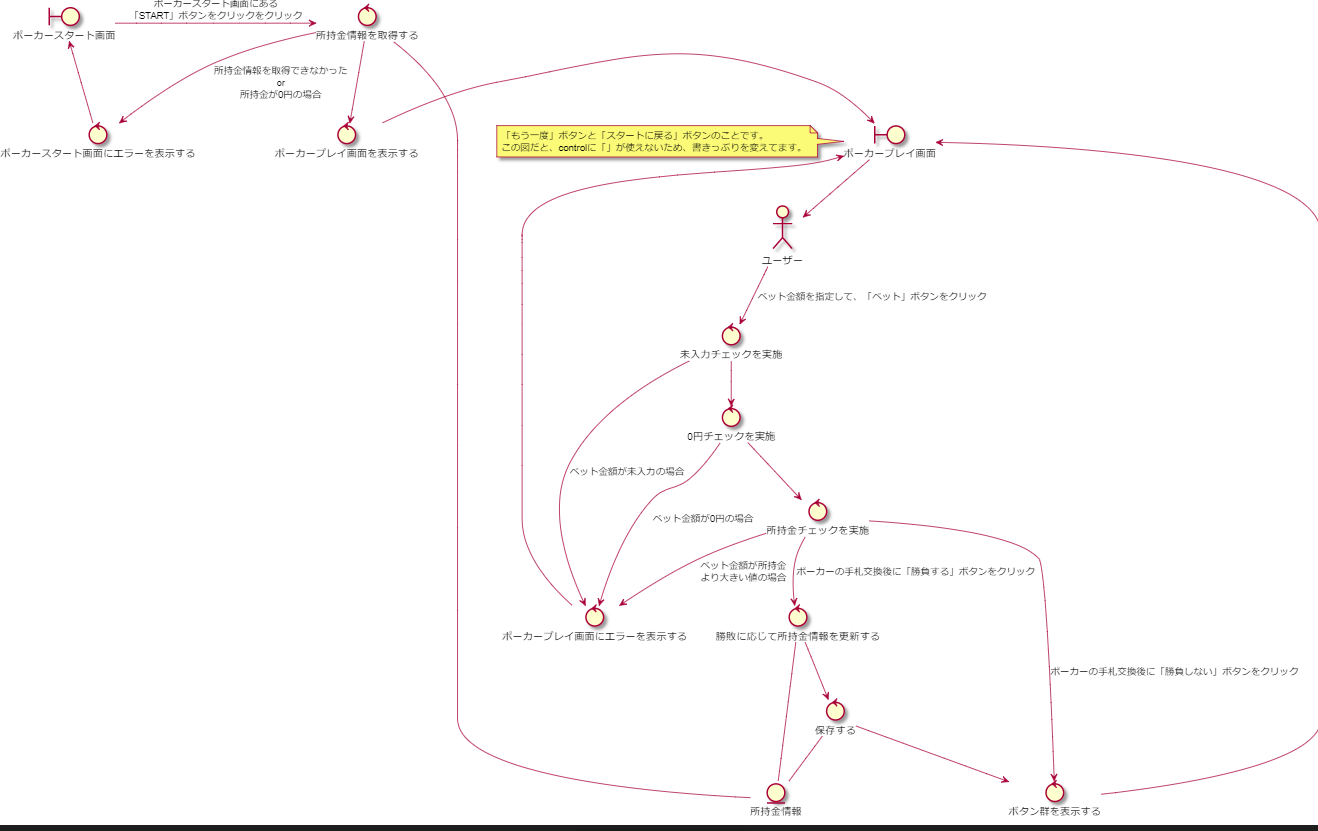
This is docs/詳細設計/ロバストネス図/ベット/ベットする(ロバストネス図).png from CSTSCSTS/UserAp, a PlantUML export, as it was before one commit. Its source is kept beside it as docs/詳細設計/ロバストネス図/ベット/ベットする(ロバストネス図).puml. Source of this version:
```plantuml
@startuml

actor ユーザー

boundary ポーカースタート画面
boundary ポーカープレイ画面
control 所持金情報を取得する
control ポーカープレイ画面を表示する
control 未入力チェックを実施
control 0円チェックを実施
control 所持金チェックを実施
control 勝敗に応じて所持金情報を更新する
control 保存する
control ボタン群を表示する
control ポーカースタート画面にエラーを表示する
control ポーカープレイ画面にエラーを表示する
entity 所持金情報


ポーカースタート画面 -right-> 所持金情報を取得する: ポーカースタート画面にある\n「START」ボタンをクリックをクリック
所持金情報を取得する --> ポーカープレイ画面を表示する
ポーカープレイ画面を表示する -right-> ポーカープレイ画面
ポーカープレイ画面 -down-> ユーザー
ユーザー --> 未入力チェックを実施 : ベット金額を指定して、「ベット」ボタンをクリック
未入力チェックを実施 --> 0円チェックを実施
0円チェックを実施 --> 所持金チェックを実施
所持金チェックを実施 --> 勝敗に応じて所持金情報を更新する : ポーカーの手札交換後に「勝負する」ボタンをクリック
勝敗に応じて所持金情報を更新する --> 保存する
保存する --> ボタン群を表示する
ボタン群を表示する --> ポーカープレイ画面
note left : 「もう一度」ボタンと「スタートに戻る」ボタンのことです。\nこの図だと、controlに「」が使えないため、書きっぷりを変えてます。

所持金情報を取得する -- 所持金情報
勝敗に応じて所持金情報を更新する -- 所持金情報
保存する -- 所持金情報

所持金情報を取得する --> ポーカースタート画面にエラーを表示する : 所持金情報を取得できなかった\nor\n所持金が0円の場合
未入力チェックを実施 --> ポーカープレイ画面にエラーを表示する : ベット金額が未入力の場合
0円チェックを実施 --> ポーカープレイ画面にエラーを表示する : ベット金額が0円の場合
所持金チェックを実施 --> ポーカープレイ画面にエラーを表示する : ベット金額が所持金\nより大きい値の場合
所持金チェックを実施 --> ボタン群を表示する : ポーカーの手札交換後に「勝負しない」ボタンをクリック

ポーカースタート画面にエラーを表示する --> ポーカースタート画面
ポーカープレイ画面にエラーを表示する --> ポーカープレイ画面

@enduml
```
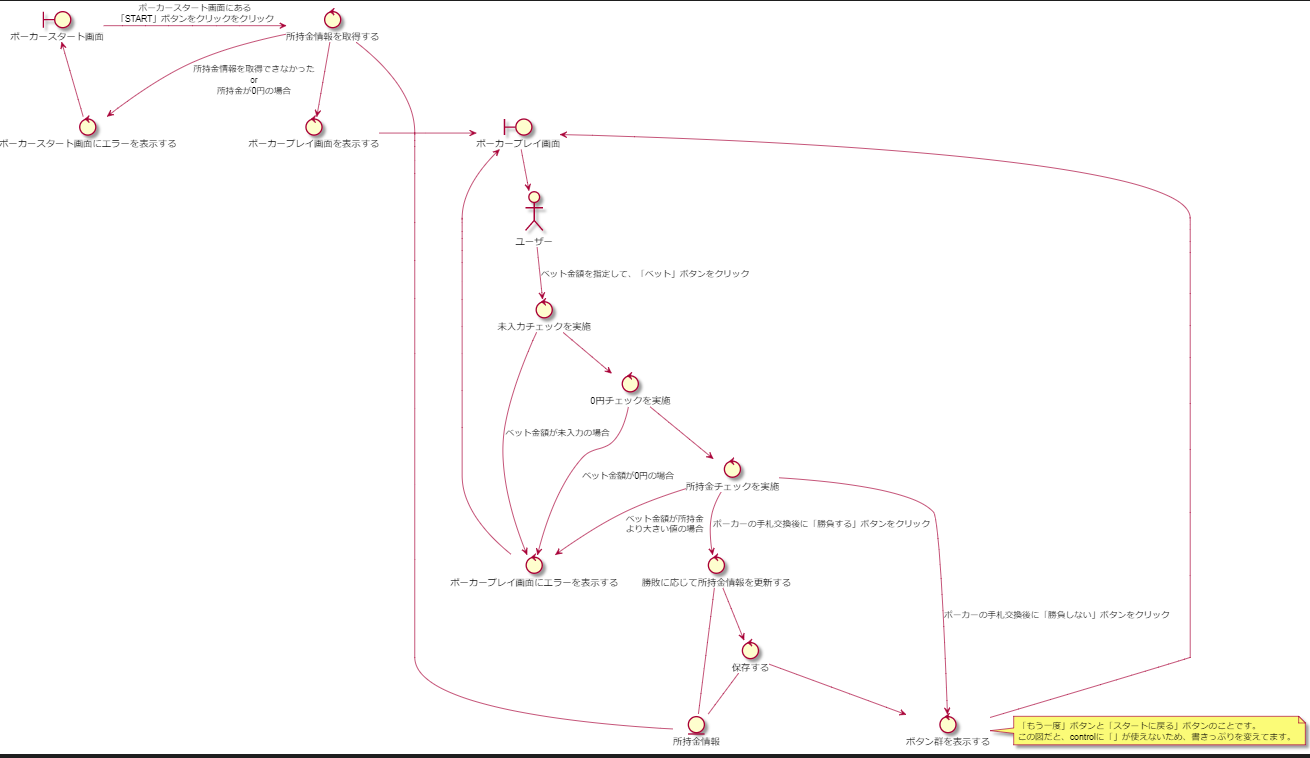
After the change.

Commit message:
ロバストネス図を修正

The edit, as a diff of the source:
```diff
@@ -28,7 +28,7 @@
 勝敗に応じて所持金情報を更新する --> 保存する
 保存する --> ボタン群を表示する
 ボタン群を表示する --> ポーカープレイ画面
-note left : 「もう一度」ボタンと「スタートに戻る」ボタンのことです。\nこの図だと、controlに「」が使えないため、書きっぷりを変えてます。
+note right of ボタン群を表示する : 「もう一度」ボタンと「スタートに戻る」ボタンのことです。\nこの図だと、controlに「」が使えないため、書きっぷりを変えてます。
 
 所持金情報を取得する -- 所持金情報
 勝敗に応じて所持金情報を更新する -- 所持金情報
```
